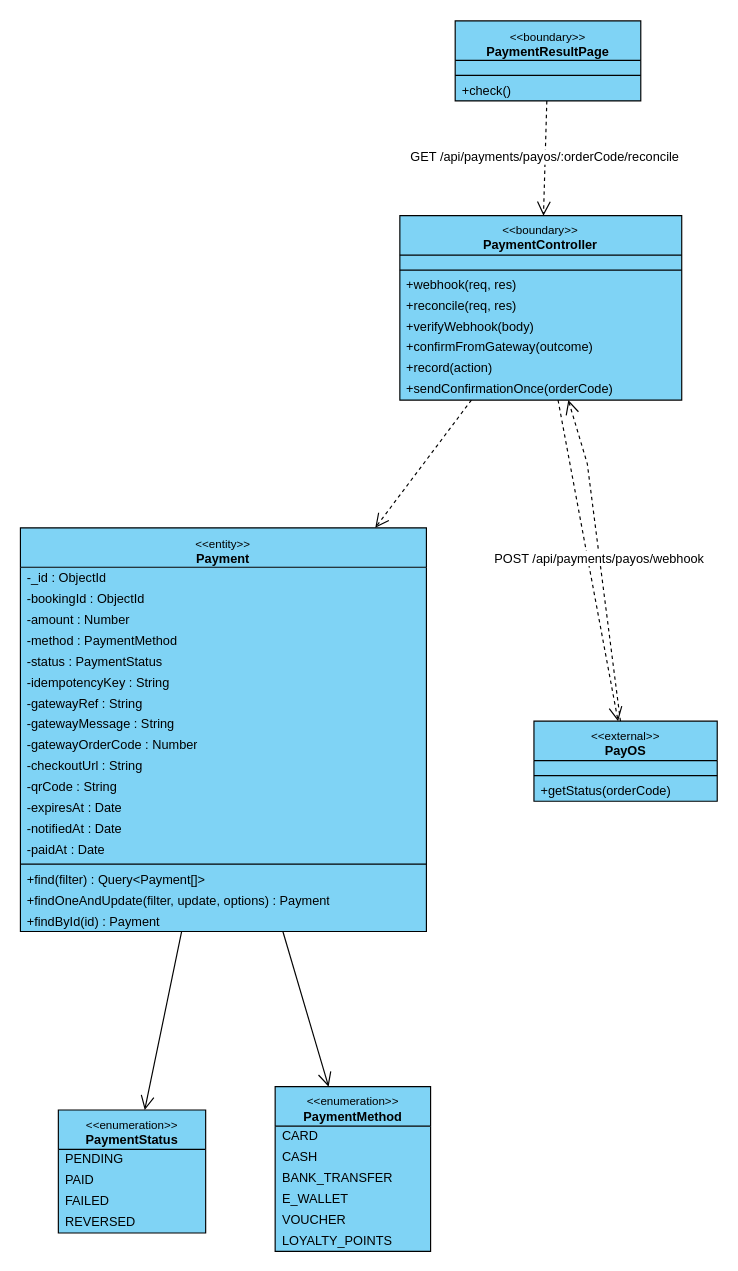
The draw.io diagram final/diagrams/M4_Billing-And-Payment_Diagrams/class_diagrams/CD-13_UC-G10_PayForBooking.drawio in toikobi401/SWD392, before the edit. Source tidied: cells renumbered, new cells numbered last; positions are measured from the earlier drawing's top-left corner, leaving out a move shared by most shapes. Both pictures are drawn from the tidied source at 116%, with x=0, y=0 at pixel (20, 20).
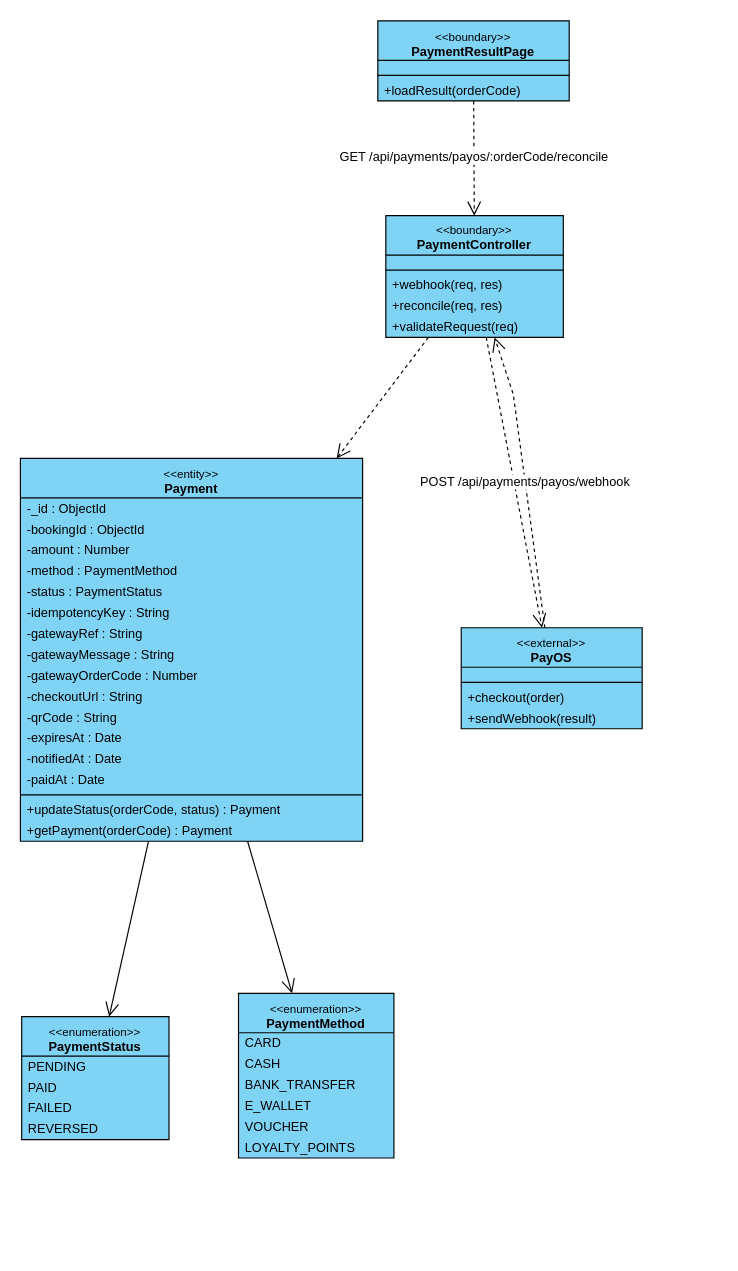
The same page after the edit.

What changed in the source:
```diff
@@
     <mxCell id="2" value="&lt;font style=&quot;font-size:10px&quot;&gt;&amp;lt;&amp;lt;boundary&amp;gt;&amp;gt;&lt;/font&gt;&lt;br&gt;&lt;b&gt;PaymentResultPage&lt;/b&gt;" style="swimlane;fontStyle=0;align=center;verticalAlign=top;horizontal=1;startSize=34;html=1;whiteSpace=wrap;fontSize=11;fillColor=#7fd3f5;swimlaneFillColor=#7fd3f5;strokeColor=#000000;" parent="1" vertex="1">
-      <mxGeometry x="374.9" y="0.5" width="160" height="69" as="geometry" />
+      <mxGeometry x="308.2" y="0.5" width="165" height="69" as="geometry" />
     </mxCell>
     <mxCell id="3" style="text;strokeColor=none;fillColor=none;html=1;" parent="2" vertex="1">
-      <mxGeometry y="34" width="160" height="9" as="geometry" />
+      <mxGeometry y="34" width="165" height="9" as="geometry" />
     </mxCell>
     <mxCell id="4" style="line;strokeWidth=1;fillColor=none;align=left;verticalAlign=middle;spacingTop=-1;spacingLeft=3;spacingRight=3;labelPosition=right;strokeColor=#000000;" parent="2" vertex="1">
-      <mxGeometry y="43" width="160" height="8" as="geometry" />
+      <mxGeometry y="43" width="165" height="8" as="geometry" />
     </mxCell>
-    <mxCell id="5" value="+check()" style="text;strokeColor=none;fillColor=none;align=left;verticalAlign=middle;spacingLeft=4;spacingRight=4;overflow=hidden;whiteSpace=nowrap;html=1;fontSize=11;" parent="2" vertex="1">
-      <mxGeometry y="51" width="160" height="18" as="geometry" />
+    <mxCell id="5" value="+loadResult(orderCode)" style="text;strokeColor=none;fillColor=none;align=left;verticalAlign=middle;spacingLeft=4;spacingRight=4;overflow=hidden;whiteSpace=nowrap;html=1;fontSize=11;" parent="2" vertex="1">
+      <mxGeometry y="51" width="165" height="18" as="geometry" />
     </mxCell>
     <mxCell id="6" value="&lt;font style=&quot;font-size:10px&quot;&gt;&amp;lt;&amp;lt;boundary&amp;gt;&amp;gt;&lt;/font&gt;&lt;br&gt;&lt;b&gt;PaymentController&lt;/b&gt;" style="swimlane;fontStyle=0;align=center;verticalAlign=top;horizontal=1;startSize=34;html=1;whiteSpace=wrap;fontSize=11;fillColor=#7fd3f5;swimlaneFillColor=#7fd3f5;strokeColor=#000000;" parent="1" vertex="1">
-      <mxGeometry x="327.2" y="168.4" width="243" height="159" as="geometry" />
+      <mxGeometry x="315.1" y="168.4" width="153" height="105" as="geometry" />
     </mxCell>
     <mxCell id="7" style="text;strokeColor=none;fillColor=none;html=1;" parent="6" vertex="1">
-      <mxGeometry y="34" width="243" height="9" as="geometry" />
+      <mxGeometry y="34" width="153" height="9" as="geometry" />
     </mxCell>
     <mxCell id="8" style="line;strokeWidth=1;fillColor=none;align=left;verticalAlign=middle;spacingTop=-1;spacingLeft=3;spacingRight=3;labelPosition=right;strokeColor=#000000;" parent="6" vertex="1">
-      <mxGeometry y="43" width="243" height="8" as="geometry" />
+      <mxGeometry y="43" width="153" height="8" as="geometry" />
     </mxCell>
     <mxCell id="9" value="+webhook(req, res)" style="text;strokeColor=none;fillColor=none;align=left;verticalAlign=middle;spacingLeft=4;spacingRight=4;overflow=hidden;whiteSpace=nowrap;html=1;fontSize=11;" parent="6" vertex="1">
-      <mxGeometry y="51" width="243" height="18" as="geometry" />
+      <mxGeometry y="51" width="153" height="18" as="geometry" />
     </mxCell>
     <mxCell id="10" value="+reconcile(req, res)" style="text;strokeColor=none;fillColor=none;align=left;verticalAlign=middle;spacingLeft=4;spacingRight=4;overflow=hidden;whiteSpace=nowrap;html=1;fontSize=11;" parent="6" vertex="1">
-      <mxGeometry y="69" width="243" height="18" as="geometry" />
+      <mxGeometry y="69" width="153" height="18" as="geometry" />
     </mxCell>
-    <mxCell id="11" value="+verifyWebhook(body)" style="text;strokeColor=none;fillColor=none;align=left;verticalAlign=middle;spacingLeft=4;spacingRight=4;overflow=hidden;whiteSpace=nowrap;html=1;fontSize=11;" parent="6" vertex="1">
-      <mxGeometry y="87" width="243" height="18" as="geometry" />
+    <mxCell id="11" value="+validateRequest(req)" style="text;strokeColor=none;fillColor=none;align=left;verticalAlign=middle;spacingLeft=4;spacingRight=4;overflow=hidden;whiteSpace=nowrap;html=1;fontSize=11;" parent="6" vertex="1">
+      <mxGeometry y="87" width="153" height="18" as="geometry" />
     </mxCell>
-    <mxCell id="12" value="+confirmFromGateway(outcome)" style="text;strokeColor=none;fillColor=none;align=left;verticalAlign=middle;spacingLeft=4;spacingRight=4;overflow=hidden;whiteSpace=nowrap;html=1;fontSize=11;" parent="6" vertex="1">
-      <mxGeometry y="105" width="243" height="18" as="geometry" />
-    </mxCell>
-    <mxCell id="13" value="+record(action)" style="text;strokeColor=none;fillColor=none;align=left;verticalAlign=middle;spacingLeft=4;spacingRight=4;overflow=hidden;whiteSpace=nowrap;html=1;fontSize=11;" parent="6" vertex="1">
-      <mxGeometry y="123" width="243" height="18" as="geometry" />
-    </mxCell>
-    <mxCell id="14" value="+sendConfirmationOnce(orderCode)" style="text;strokeColor=none;fillColor=none;align=left;verticalAlign=middle;spacingLeft=4;spacingRight=4;overflow=hidden;whiteSpace=nowrap;html=1;fontSize=11;" parent="6" vertex="1">
-      <mxGeometry y="141" width="243" height="18" as="geometry" />
-    </mxCell>
     <mxCell id="15" value="&lt;font style=&quot;font-size:10px&quot;&gt;&amp;lt;&amp;lt;entity&amp;gt;&amp;gt;&lt;/font&gt;&lt;br&gt;&lt;b&gt;Payment&lt;/b&gt;" style="swimlane;fontStyle=0;align=center;verticalAlign=top;horizontal=1;startSize=34;html=1;whiteSpace=wrap;fontSize=11;fillColor=#7fd3f5;swimlaneFillColor=#7fd3f5;strokeColor=#000000;" parent="1" vertex="1">
-      <mxGeometry x="0.1" y="437.5" width="350" height="348" as="geometry" />
+      <mxGeometry x="0.1" y="377.7" width="295" height="330" as="geometry" />
     </mxCell>
     <mxCell id="16" value="-_id : ObjectId" style="text;strokeColor=none;fillColor=none;align=left;verticalAlign=middle;spacingLeft=4;spacingRight=4;overflow=hidden;whiteSpace=nowrap;html=1;fontSize=11;" parent="15" vertex="1">
-      <mxGeometry y="34" width="350" height="18" as="geometry" />
+      <mxGeometry y="34" width="295" height="18" as="geometry" />
     </mxCell>
     <mxCell id="17" value="-bookingId : ObjectId" style="text;strokeColor=none;fillColor=none;align=left;verticalAlign=middle;spacingLeft=4;spacingRight=4;overflow=hidden;whiteSpace=nowrap;html=1;fontSize=11;" parent="15" vertex="1">
-      <mxGeometry y="52" width="350" height="18" as="geometry" />
+      <mxGeometry y="52" width="295" height="18" as="geometry" />
     </mxCell>
     <mxCell id="18" value="-amount : Number" style="text;strokeColor=none;fillColor=none;align=left;verticalAlign=middle;spacingLeft=4;spacingRight=4;overflow=hidden;whiteSpace=nowrap;html=1;fontSize=11;" parent="15" vertex="1">
-      <mxGeometry y="70" width="350" height="18" as="geometry" />
+      <mxGeometry y="70" width="295" height="18" as="geometry" />
     </mxCell>
     <mxCell id="19" value="-method : PaymentMethod" style="text;strokeColor=none;fillColor=none;align=left;verticalAlign=middle;spacingLeft=4;spacingRight=4;overflow=hidden;whiteSpace=nowrap;html=1;fontSize=11;" parent="15" vertex="1">
-      <mxGeometry y="88" width="350" height="18" as="geometry" />
+      <mxGeometry y="88" width="295" height="18" as="geometry" />
     </mxCell>
     <mxCell id="20" value="-status : PaymentStatus" style="text;strokeColor=none;fillColor=none;align=left;verticalAlign=middle;spacingLeft=4;spacingRight=4;overflow=hidden;whiteSpace=nowrap;html=1;fontSize=11;" parent="15" vertex="1">
-      <mxGeometry y="106" width="350" height="18" as="geometry" />
+      <mxGeometry y="106" width="295" height="18" as="geometry" />
     </mxCell>
     <mxCell id="21" value="-idempotencyKey : String" style="text;strokeColor=none;fillColor=none;align=left;verticalAlign=middle;spacingLeft=4;spacingRight=4;overflow=hidden;whiteSpace=nowrap;html=1;fontSize=11;" parent="15" vertex="1">
-      <mxGeometry y="124" width="350" height="18" as="geometry" />
+      <mxGeometry y="124" width="295" height="18" as="geometry" />
     </mxCell>
     <mxCell id="22" value="-gatewayRef : String" style="text;strokeColor=none;fillColor=none;align=left;verticalAlign=middle;spacingLeft=4;spacingRight=4;overflow=hidden;whiteSpace=nowrap;html=1;fontSize=11;" parent="15" vertex="1">
-      <mxGeometry y="142" width="350" height="18" as="geometry" />
+      <mxGeometry y="142" width="295" height="18" as="geometry" />
     </mxCell>
     <mxCell id="23" value="-gatewayMessage : String" style="text;strokeColor=none;fillColor=none;align=left;verticalAlign=middle;spacingLeft=4;spacingRight=4;overflow=hidden;whiteSpace=nowrap;html=1;fontSize=11;" parent="15" vertex="1">
-      <mxGeometry y="160" width="350" height="18" as="geometry" />
+      <mxGeometry y="160" width="295" height="18" as="geometry" />
     </mxCell>
     <mxCell id="24" value="-gatewayOrderCode : Number" style="text;strokeColor=none;fillColor=none;align=left;verticalAlign=middle;spacingLeft=4;spacingRight=4;overflow=hidden;whiteSpace=nowrap;html=1;fontSize=11;" parent="15" vertex="1">
-      <mxGeometry y="178" width="350" height="18" as="geometry" />
+      <mxGeometry y="178" width="295" height="18" as="geometry" />
     </mxCell>
     <mxCell id="25" value="-checkoutUrl : String" style="text;strokeColor=none;fillColor=none;align=left;verticalAlign=middle;spacingLeft=4;spacingRight=4;overflow=hidden;whiteSpace=nowrap;html=1;fontSize=11;" parent="15" vertex="1">
-      <mxGeometry y="196" width="350" height="18" as="geometry" />
+      <mxGeometry y="196" width="295" height="18" as="geometry" />
     </mxCell>
     <mxCell id="26" value="-qrCode : String" style="text;strokeColor=none;fillColor=none;align=left;verticalAlign=middle;spacingLeft=4;spacingRight=4;overflow=hidden;whiteSpace=nowrap;html=1;fontSize=11;" parent="15" vertex="1">
-      <mxGeometry y="214" width="350" height="18" as="geometry" />
+      <mxGeometry y="214" width="295" height="18" as="geometry" />
     </mxCell>
     <mxCell id="27" value="-expiresAt : Date" style="text;strokeColor=none;fillColor=none;align=left;verticalAlign=middle;spacingLeft=4;spacingRight=4;overflow=hidden;whiteSpace=nowrap;html=1;fontSize=11;" parent="15" vertex="1">
-      <mxGeometry y="232" width="350" height="18" as="geometry" />
+      <mxGeometry y="232" width="295" height="18" as="geometry" />
     </mxCell>
     <mxCell id="28" value="-notifiedAt : Date" style="text;strokeColor=none;fillColor=none;align=left;verticalAlign=middle;spacingLeft=4;spacingRight=4;overflow=hidden;whiteSpace=nowrap;html=1;fontSize=11;" parent="15" vertex="1">
-      <mxGeometry y="250" width="350" height="18" as="geometry" />
+      <mxGeometry y="250" width="295" height="18" as="geometry" />
     </mxCell>
     <mxCell id="29" value="-paidAt : Date" style="text;strokeColor=none;fillColor=none;align=left;verticalAlign=middle;spacingLeft=4;spacingRight=4;overflow=hidden;whiteSpace=nowrap;html=1;fontSize=11;" parent="15" vertex="1">
-      <mxGeometry y="268" width="350" height="18" as="geometry" />
+      <mxGeometry y="268" width="295" height="18" as="geometry" />
     </mxCell>
     <mxCell id="30" style="line;strokeWidth=1;fillColor=none;align=left;verticalAlign=middle;spacingTop=-1;spacingLeft=3;spacingRight=3;labelPosition=right;strokeColor=#000000;" parent="15" vertex="1">
-      <mxGeometry y="286" width="350" height="8" as="geometry" />
+      <mxGeometry y="286" width="295" height="8" as="geometry" />
     </mxCell>
-    <mxCell id="31" value="+find(filter) : Query&amp;lt;Payment[]&amp;gt;" style="text;strokeColor=none;fillColor=none;align=left;verticalAlign=middle;spacingLeft=4;spacingRight=4;overflow=hidden;whiteSpace=nowrap;html=1;fontSize=11;" parent="15" vertex="1">
-      <mxGeometry y="294" width="350" height="18" as="geometry" />
+    <mxCell id="31" value="+updateStatus(orderCode, status) : Payment" style="text;strokeColor=none;fillColor=none;align=left;verticalAlign=middle;spacingLeft=4;spacingRight=4;overflow=hidden;whiteSpace=nowrap;html=1;fontSize=11;" parent="15" vertex="1">
+      <mxGeometry y="294" width="295" height="18" as="geometry" />
     </mxCell>
-    <mxCell id="32" value="+findOneAndUpdate(filter, update, options) : Payment" style="text;strokeColor=none;fillColor=none;align=left;verticalAlign=middle;spacingLeft=4;spacingRight=4;overflow=hidden;whiteSpace=nowrap;html=1;fontSize=11;" parent="15" vertex="1">
-      <mxGeometry y="312" width="350" height="18" as="geometry" />
+    <mxCell id="32" value="+getPayment(orderCode) : Payment" style="text;strokeColor=none;fillColor=none;align=left;verticalAlign=middle;spacingLeft=4;spacingRight=4;overflow=hidden;whiteSpace=nowrap;html=1;fontSize=11;" parent="15" vertex="1">
+      <mxGeometry y="312" width="295" height="18" as="geometry" />
     </mxCell>
-    <mxCell id="33" value="+findById(id) : Payment" style="text;strokeColor=none;fillColor=none;align=left;verticalAlign=middle;spacingLeft=4;spacingRight=4;overflow=hidden;whiteSpace=nowrap;html=1;fontSize=11;" parent="15" vertex="1">
-      <mxGeometry y="330" width="350" height="18" as="geometry" />
-    </mxCell>
     <mxCell id="34" value="&lt;font style=&quot;font-size:10px&quot;&gt;&amp;lt;&amp;lt;external&amp;gt;&amp;gt;&lt;/font&gt;&lt;br&gt;&lt;b&gt;PayOS&lt;/b&gt;" style="swimlane;fontStyle=0;align=center;verticalAlign=top;horizontal=1;startSize=34;html=1;whiteSpace=wrap;fontSize=11;fillColor=#7fd3f5;swimlaneFillColor=#7fd3f5;strokeColor=#000000;" parent="1" vertex="1">
-      <mxGeometry x="442.8" y="604.2" width="158" height="69" as="geometry" />
+      <mxGeometry x="380.1" y="523.7" width="156" height="87" as="geometry" />
     </mxCell>
     <mxCell id="35" style="text;strokeColor=none;fillColor=none;html=1;" parent="34" vertex="1">
-      <mxGeometry y="34" width="158" height="9" as="geometry" />
+      <mxGeometry y="34" width="156" height="9" as="geometry" />
     </mxCell>
     <mxCell id="36" style="line;strokeWidth=1;fillColor=none;align=left;verticalAlign=middle;spacingTop=-1;spacingLeft=3;spacingRight=3;labelPosition=right;strokeColor=#000000;" parent="34" vertex="1">
-      <mxGeometry y="43" width="158" height="8" as="geometry" />
+      <mxGeometry y="43" width="156" height="8" as="geometry" />
     </mxCell>
-    <mxCell id="37" value="+getStatus(orderCode)" style="text;strokeColor=none;fillColor=none;align=left;verticalAlign=middle;spacingLeft=4;spacingRight=4;overflow=hidden;whiteSpace=nowrap;html=1;fontSize=11;" parent="34" vertex="1">
-      <mxGeometry y="51" width="158" height="18" as="geometry" />
+    <mxCell id="37" value="+checkout(order)" style="text;strokeColor=none;fillColor=none;align=left;verticalAlign=middle;spacingLeft=4;spacingRight=4;overflow=hidden;whiteSpace=nowrap;html=1;fontSize=11;" parent="34" vertex="1">
+      <mxGeometry y="51" width="156" height="18" as="geometry" />
     </mxCell>
+    <mxCell id="56" value="+sendWebhook(result)" style="text;strokeColor=none;fillColor=none;align=left;verticalAlign=middle;spacingLeft=4;spacingRight=4;overflow=hidden;whiteSpace=nowrap;html=1;fontSize=11;" parent="34" vertex="1">
+      <mxGeometry y="69" width="156" height="18" as="geometry" />
+    </mxCell>
     <mxCell id="38" value="&lt;font style=&quot;font-size:10px&quot;&gt;&amp;lt;&amp;lt;enumeration&amp;gt;&amp;gt;&lt;/font&gt;&lt;br&gt;&lt;b&gt;PaymentStatus&lt;/b&gt;" style="swimlane;fontStyle=0;align=center;verticalAlign=top;horizontal=1;startSize=34;html=1;whiteSpace=wrap;fontSize=11;fillColor=#7fd3f5;swimlaneFillColor=#7fd3f5;strokeColor=#000000;" parent="1" vertex="1">
-      <mxGeometry x="32.8" y="939.4" width="127" height="106" as="geometry" />
+      <mxGeometry x="1.2" y="858.9" width="127" height="106" as="geometry" />
     </mxCell>
@@
     <mxCell id="43" value="&lt;font style=&quot;font-size:10px&quot;&gt;&amp;lt;&amp;lt;enumeration&amp;gt;&amp;gt;&lt;/font&gt;&lt;br&gt;&lt;b&gt;PaymentMethod&lt;/b&gt;" style="swimlane;fontStyle=0;align=center;verticalAlign=top;horizontal=1;startSize=34;html=1;whiteSpace=wrap;fontSize=11;fillColor=#7fd3f5;swimlaneFillColor=#7fd3f5;strokeColor=#000000;" parent="1" vertex="1">
-      <mxGeometry x="219.7" y="919.3" width="134" height="142" as="geometry" />
+      <mxGeometry x="188.1" y="838.8" width="134" height="142" as="geometry" />
     </mxCell>
@@
     <mxCell id="53" value="POST /api/payments/payos/webhook" style="html=1;rounded=0;fontSize=11;labelBackgroundColor=#ffffff;dashed=1;endArrow=open;endSize=10;" parent="1" edge="1" source="34" target="6">
       <mxGeometry relative="1" as="geometry">
         <Array as="points">
-          <mxPoint x="488.8" y="382.3" />
+          <mxPoint x="425" y="322.5" />
         </Array>
       </mxGeometry>
     </mxCell>
```
